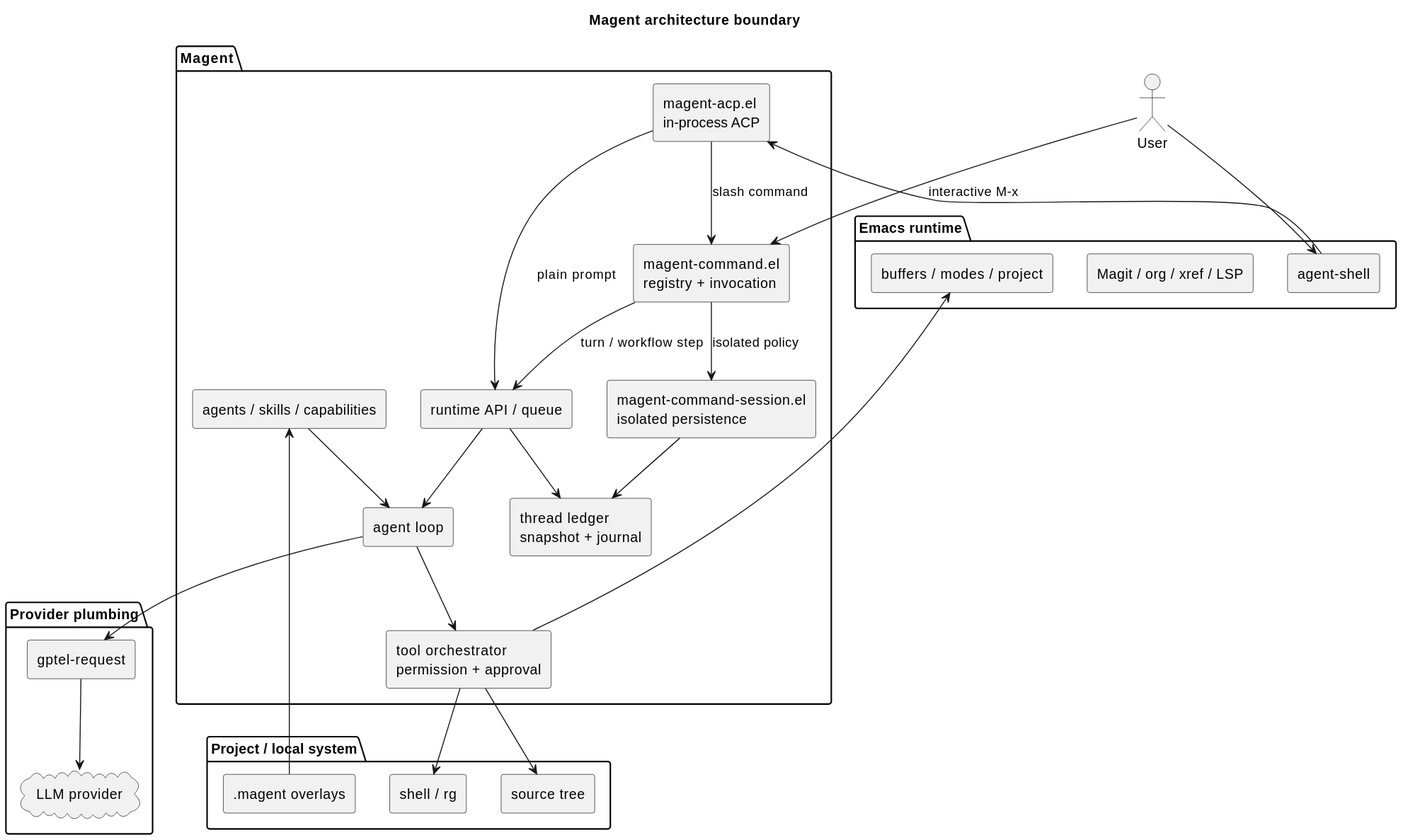
This is docs/assets/img/diagrams/architecture-boundary.svg from Jamie-Cui/magent, a PlantUML export, as it was before one commit.
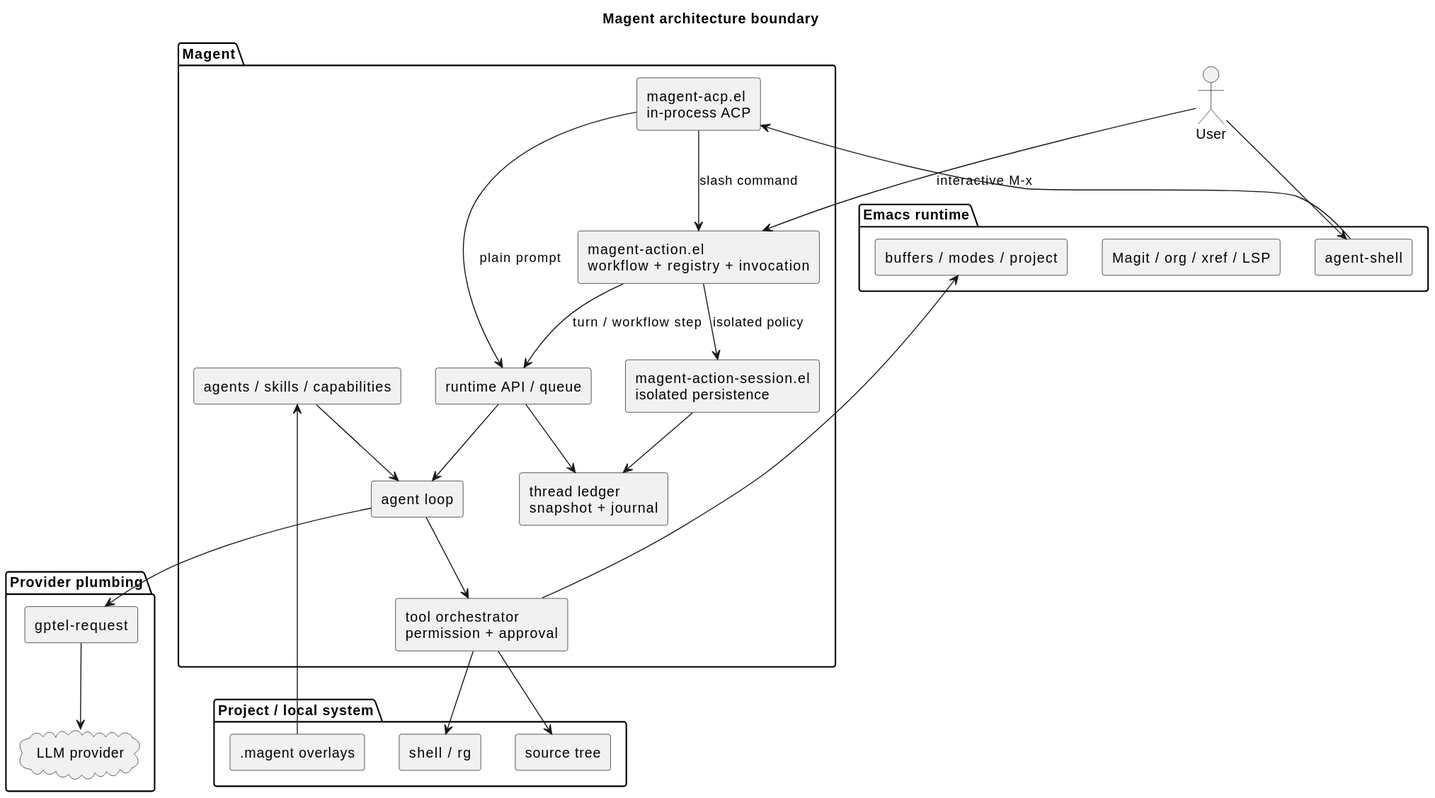
The same file after the commit.

The edit, as a diff of the source:
```diff
@@ -14,8 +14,8 @@
 
 package "Magent" {
   [magent-acp.el\nin-process ACP]
-  [magent-command.el\nregistry + invocation]
-  [magent-command-session.el\nisolated persistence]
+  [magent-action.el\nworkflow + registry + invocation]
+  [magent-action-session.el\nisolated persistence]
   [runtime API / queue]
   [thread ledger\nsnapshot + journal]
   [agent loop]
@@ -35,13 +35,13 @@
 }
 
 User --> [agent-shell]
-User --> [magent-command.el\nregistry + invocation] : interactive M-x
+User --> [magent-action.el\nworkflow + registry + invocation] : interactive M-x
 [agent-shell] --> [magent-acp.el\nin-process ACP]
 [magent-acp.el\nin-process ACP] --> [runtime API / queue] : plain prompt
-[magent-acp.el\nin-process ACP] --> [magent-command.el\nregistry + invocation] : slash command
-[magent-command.el\nregistry + invocation] --> [runtime API / queue] : turn / workflow step
-[magent-command.el\nregistry + invocation] --> [magent-command-session.el\nisolated persistence] : isolated policy
-[magent-command-session.el\nisolated persistence] --> [thread ledger\nsnapshot + journal]
+[magent-acp.el\nin-process ACP] --> [magent-action.el\nworkflow + registry + invocation] : slash command
+[magent-action.el\nworkflow + registry + invocation] --> [runtime API / queue] : turn / workflow step
+[magent-action.el\nworkflow + registry + invocation] --> [magent-action-session.el\nisolated persistence] : isolated policy
+[magent-action-session.el\nisolated persistence] --> [thread ledger\nsnapshot + journal]
 [runtime API / queue] --> [thread ledger\nsnapshot + journal]
 [runtime API / queue] --> [agent loop]
 [agent loop] --> [gptel-request]
```
